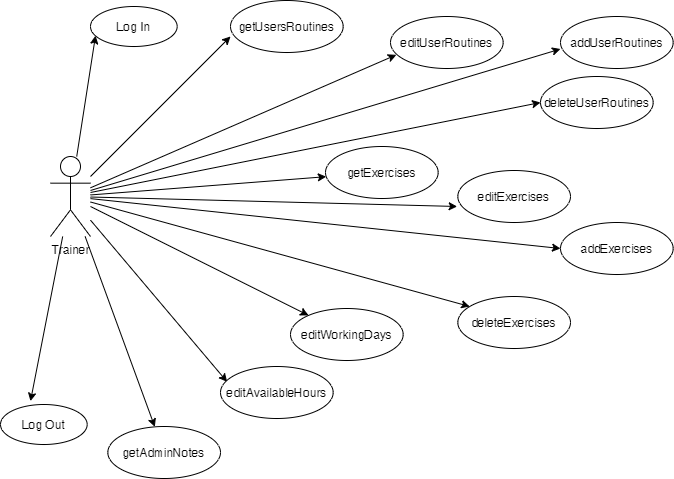
Before: Diagrams/UML/UseCases/Trainer.png, a diagram exported from draw.io (renttrent/Techengers). Source tidied: cells renumbered, new cells last; positions are measured from the earlier drawing's top-left corner, leaving out a move shared by most shapes. Source of this version:
```xml
<mxGraphModel>
  <root>
    <mxCell id="0" />
    <mxCell id="1" parent="0" />
    <mxCell id="2" style="rounded=0;jettySize=auto;html=1;entryX=0.058;entryY=0.729;entryDx=0;entryDy=0;entryPerimeter=0;" parent="1" edge="1" source="15" target="16">
      <mxGeometry relative="1" as="geometry" />
    </mxCell>
    <mxCell id="3" style="edgeStyle=none;rounded=0;jettySize=auto;html=1;entryX=0;entryY=0.692;entryDx=0;entryDy=0;entryPerimeter=0;" parent="1" edge="1" source="15" target="18">
      <mxGeometry relative="1" as="geometry" />
    </mxCell>
    <mxCell id="4" style="edgeStyle=none;rounded=0;jettySize=auto;html=1;entryX=0.052;entryY=0.737;entryDx=0;entryDy=0;entryPerimeter=0;" parent="1" edge="1" source="15" target="19">
      <mxGeometry relative="1" as="geometry" />
    </mxCell>
    <mxCell id="5" style="edgeStyle=none;rounded=0;jettySize=auto;html=1;" parent="1" edge="1" source="15" target="25">
      <mxGeometry relative="1" as="geometry" />
    </mxCell>
    <mxCell id="6" style="edgeStyle=none;rounded=0;jettySize=auto;html=1;entryX=-0.006;entryY=0.692;entryDx=0;entryDy=0;entryPerimeter=0;" parent="1" edge="1" source="15" target="28">
      <mxGeometry relative="1" as="geometry" />
    </mxCell>
    <mxCell id="7" style="edgeStyle=none;rounded=0;jettySize=auto;html=1;entryX=0;entryY=0.5;entryDx=0;entryDy=0;" parent="1" edge="1" source="15" target="26">
      <mxGeometry relative="1" as="geometry" />
    </mxCell>
    <mxCell id="8" style="edgeStyle=none;rounded=0;jettySize=auto;html=1;" parent="1" edge="1" source="15" target="22">
      <mxGeometry relative="1" as="geometry" />
    </mxCell>
    <mxCell id="9" style="edgeStyle=none;rounded=0;jettySize=auto;html=1;entryX=0.059;entryY=0.295;entryDx=0;entryDy=0;entryPerimeter=0;" parent="1" edge="1" source="15" target="23">
      <mxGeometry relative="1" as="geometry" />
    </mxCell>
    <mxCell id="10" style="edgeStyle=none;rounded=0;jettySize=auto;html=1;" parent="1" edge="1" source="15" target="24">
      <mxGeometry relative="1" as="geometry" />
    </mxCell>
    <mxCell id="11" style="edgeStyle=none;rounded=0;jettySize=auto;html=1;entryX=0.346;entryY=-0.083;entryDx=0;entryDy=0;entryPerimeter=0;" parent="1" edge="1" source="15" target="17">
      <mxGeometry relative="1" as="geometry" />
    </mxCell>
    <mxCell id="12" style="edgeStyle=none;rounded=0;jettySize=auto;html=1;entryX=0.105;entryY=0.192;entryDx=0;entryDy=0;entryPerimeter=0;" parent="1" edge="1" source="15" target="27">
      <mxGeometry relative="1" as="geometry" />
    </mxCell>
    <mxCell id="13" style="edgeStyle=none;rounded=0;jettySize=auto;html=1;entryX=0;entryY=0.5;entryDx=0;entryDy=0;" parent="1" edge="1" source="15" target="21">
      <mxGeometry relative="1" as="geometry" />
    </mxCell>
    <mxCell id="14" style="edgeStyle=none;rounded=0;jettySize=auto;html=1;entryX=0;entryY=0.625;entryDx=0;entryDy=0;entryPerimeter=0;" parent="1" edge="1" source="15" target="20">
      <mxGeometry relative="1" as="geometry" />
    </mxCell>
    <mxCell id="15" value="Trainer" style="shape=umlActor;verticalLabelPosition=bottom;verticalAlign=top;html=1;outlineConnect=0;" parent="1" vertex="1">
      <mxGeometry x="50" y="156" width="40" height="80" as="geometry" />
    </mxCell>
    <mxCell id="16" value="Log In" style="ellipse;whiteSpace=wrap;html=1;" parent="1" vertex="1">
      <mxGeometry x="90" y="6" width="86.7" height="40" as="geometry" />
    </mxCell>
    <mxCell id="17" value="Log Out" style="ellipse;whiteSpace=wrap;html=1;" parent="1" vertex="1">
      <mxGeometry y="404" width="86.7" height="40" as="geometry" />
    </mxCell>
    <mxCell id="18" value="getUsersRoutines" style="ellipse;whiteSpace=wrap;html=1;" parent="1" vertex="1">
      <mxGeometry x="230" width="112.7" height="52" as="geometry" />
    </mxCell>
    <mxCell id="19" value="editUserRoutines" style="ellipse;whiteSpace=wrap;html=1;" parent="1" vertex="1">
      <mxGeometry x="390" y="16" width="112.7" height="52" as="geometry" />
    </mxCell>
    <mxCell id="20" value="addUserRoutines" style="ellipse;whiteSpace=wrap;html=1;" parent="1" vertex="1">
      <mxGeometry x="560" y="16" width="112.7" height="52" as="geometry" />
    </mxCell>
    <mxCell id="21" value="deleteUserRoutines" style="ellipse;whiteSpace=wrap;html=1;" parent="1" vertex="1">
      <mxGeometry x="540" y="76" width="112.7" height="52" as="geometry" />
    </mxCell>
    <mxCell id="22" value="editWorkingDays" style="ellipse;whiteSpace=wrap;html=1;" parent="1" vertex="1">
      <mxGeometry x="290" y="308" width="112.7" height="52" as="geometry" />
    </mxCell>
    <mxCell id="23" value="editAvailableHours" style="ellipse;whiteSpace=wrap;html=1;" parent="1" vertex="1">
      <mxGeometry x="220" y="366" width="112.7" height="52" as="geometry" />
    </mxCell>
    <mxCell id="24" value="getAdminNotes" style="ellipse;whiteSpace=wrap;html=1;" parent="1" vertex="1">
      <mxGeometry x="107.3" y="426" width="112.7" height="52" as="geometry" />
    </mxCell>
    <mxCell id="25" value="getExercises" style="ellipse;whiteSpace=wrap;html=1;" parent="1" vertex="1">
      <mxGeometry x="325" y="146" width="112.7" height="52" as="geometry" />
    </mxCell>
    <mxCell id="26" value="addExercises" style="ellipse;whiteSpace=wrap;html=1;" parent="1" vertex="1">
      <mxGeometry x="560" y="222" width="112.7" height="52" as="geometry" />
    </mxCell>
    <mxCell id="27" value="deleteExercises" style="ellipse;whiteSpace=wrap;html=1;" parent="1" vertex="1">
      <mxGeometry x="457.3" y="296" width="112.7" height="52" as="geometry" />
    </mxCell>
    <mxCell id="28" value="editExercises" style="ellipse;whiteSpace=wrap;html=1;" parent="1" vertex="1">
      <mxGeometry x="457.3" y="170" width="112.7" height="52" as="geometry" />
    </mxCell>
  </root>
</mxGraphModel>
```
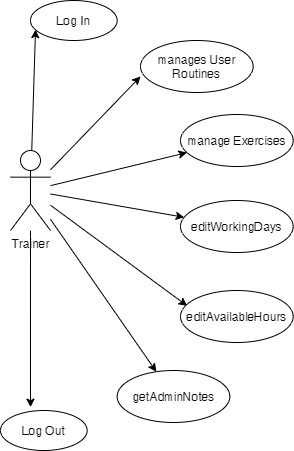
Above is the later version.

What changed in the source:
```diff
@@ -8,18 +8,9 @@
     <mxCell id="3" style="edgeStyle=none;rounded=0;jettySize=auto;html=1;entryX=0;entryY=0.692;entryDx=0;entryDy=0;entryPerimeter=0;" parent="1" edge="1" source="15" target="18">
       <mxGeometry relative="1" as="geometry" />
     </mxCell>
-    <mxCell id="4" style="edgeStyle=none;rounded=0;jettySize=auto;html=1;entryX=0.052;entryY=0.737;entryDx=0;entryDy=0;entryPerimeter=0;" parent="1" edge="1" source="15" target="19">
-      <mxGeometry relative="1" as="geometry" />
-    </mxCell>
     <mxCell id="5" style="edgeStyle=none;rounded=0;jettySize=auto;html=1;" parent="1" edge="1" source="15" target="25">
       <mxGeometry relative="1" as="geometry" />
     </mxCell>
-    <mxCell id="6" style="edgeStyle=none;rounded=0;jettySize=auto;html=1;entryX=-0.006;entryY=0.692;entryDx=0;entryDy=0;entryPerimeter=0;" parent="1" edge="1" source="15" target="28">
-      <mxGeometry relative="1" as="geometry" />
-    </mxCell>
-    <mxCell id="7" style="edgeStyle=none;rounded=0;jettySize=auto;html=1;entryX=0;entryY=0.5;entryDx=0;entryDy=0;" parent="1" edge="1" source="15" target="26">
-      <mxGeometry relative="1" as="geometry" />
-    </mxCell>
     <mxCell id="8" style="edgeStyle=none;rounded=0;jettySize=auto;html=1;" parent="1" edge="1" source="15" target="22">
       <mxGeometry relative="1" as="geometry" />
     </mxCell>
@@ -32,56 +23,29 @@
     <mxCell id="11" style="edgeStyle=none;rounded=0;jettySize=auto;html=1;entryX=0.346;entryY=-0.083;entryDx=0;entryDy=0;entryPerimeter=0;" parent="1" edge="1" source="15" target="17">
       <mxGeometry relative="1" as="geometry" />
     </mxCell>
-    <mxCell id="12" style="edgeStyle=none;rounded=0;jettySize=auto;html=1;entryX=0.105;entryY=0.192;entryDx=0;entryDy=0;entryPerimeter=0;" parent="1" edge="1" source="15" target="27">
-      <mxGeometry relative="1" as="geometry" />
-    </mxCell>
-    <mxCell id="13" style="edgeStyle=none;rounded=0;jettySize=auto;html=1;entryX=0;entryY=0.5;entryDx=0;entryDy=0;" parent="1" edge="1" source="15" target="21">
-      <mxGeometry relative="1" as="geometry" />
-    </mxCell>
-    <mxCell id="14" style="edgeStyle=none;rounded=0;jettySize=auto;html=1;entryX=0;entryY=0.625;entryDx=0;entryDy=0;entryPerimeter=0;" parent="1" edge="1" source="15" target="20">
-      <mxGeometry relative="1" as="geometry" />
-    </mxCell>
     <mxCell id="15" value="Trainer" style="shape=umlActor;verticalLabelPosition=bottom;verticalAlign=top;html=1;outlineConnect=0;" parent="1" vertex="1">
       <mxGeometry x="50" y="156" width="40" height="80" as="geometry" />
     </mxCell>
     <mxCell id="16" value="Log In" style="ellipse;whiteSpace=wrap;html=1;" parent="1" vertex="1">
-      <mxGeometry x="90" y="6" width="86.7" height="40" as="geometry" />
+      <mxGeometry x="70" y="6" width="86.7" height="40" as="geometry" />
     </mxCell>
     <mxCell id="17" value="Log Out" style="ellipse;whiteSpace=wrap;html=1;" parent="1" vertex="1">
-      <mxGeometry y="404" width="86.7" height="40" as="geometry" />
+      <mxGeometry x="40" y="416" width="86.7" height="40" as="geometry" />
     </mxCell>
-    <mxCell id="18" value="getUsersRoutines" style="ellipse;whiteSpace=wrap;html=1;" parent="1" vertex="1">
-      <mxGeometry x="230" width="112.7" height="52" as="geometry" />
+    <mxCell id="18" value="manages User Routines" style="ellipse;whiteSpace=wrap;html=1;" parent="1" vertex="1">
+      <mxGeometry x="180" y="46" width="112.7" height="52" as="geometry" />
     </mxCell>
-    <mxCell id="19" value="editUserRoutines" style="ellipse;whiteSpace=wrap;html=1;" parent="1" vertex="1">
-      <mxGeometry x="390" y="16" width="112.7" height="52" as="geometry" />
-    </mxCell>
-    <mxCell id="20" value="addUserRoutines" style="ellipse;whiteSpace=wrap;html=1;" parent="1" vertex="1">
-      <mxGeometry x="560" y="16" width="112.7" height="52" as="geometry" />
-    </mxCell>
-    <mxCell id="21" value="deleteUserRoutines" style="ellipse;whiteSpace=wrap;html=1;" parent="1" vertex="1">
-      <mxGeometry x="540" y="76" width="112.7" height="52" as="geometry" />
-    </mxCell>
     <mxCell id="22" value="editWorkingDays" style="ellipse;whiteSpace=wrap;html=1;" parent="1" vertex="1">
-      <mxGeometry x="290" y="308" width="112.7" height="52" as="geometry" />
+      <mxGeometry x="220" y="206" width="112.7" height="52" as="geometry" />
     </mxCell>
     <mxCell id="23" value="editAvailableHours" style="ellipse;whiteSpace=wrap;html=1;" parent="1" vertex="1">
-      <mxGeometry x="220" y="366" width="112.7" height="52" as="geometry" />
+      <mxGeometry x="220" y="296" width="112.7" height="52" as="geometry" />
     </mxCell>
     <mxCell id="24" value="getAdminNotes" style="ellipse;whiteSpace=wrap;html=1;" parent="1" vertex="1">
-      <mxGeometry x="107.3" y="426" width="112.7" height="52" as="geometry" />
+      <mxGeometry x="156.7" y="376" width="112.7" height="52" as="geometry" />
     </mxCell>
-    <mxCell id="25" value="getExercises" style="ellipse;whiteSpace=wrap;html=1;" parent="1" vertex="1">
-      <mxGeometry x="325" y="146" width="112.7" height="52" as="geometry" />
+    <mxCell id="25" value="manage Exercises" style="ellipse;whiteSpace=wrap;html=1;" parent="1" vertex="1">
+      <mxGeometry x="220" y="120" width="112.7" height="52" as="geometry" />
     </mxCell>
-    <mxCell id="26" value="addExercises" style="ellipse;whiteSpace=wrap;html=1;" parent="1" vertex="1">
-      <mxGeometry x="560" y="222" width="112.7" height="52" as="geometry" />
-    </mxCell>
-    <mxCell id="27" value="deleteExercises" style="ellipse;whiteSpace=wrap;html=1;" parent="1" vertex="1">
-      <mxGeometry x="457.3" y="296" width="112.7" height="52" as="geometry" />
-    </mxCell>
-    <mxCell id="28" value="editExercises" style="ellipse;whiteSpace=wrap;html=1;" parent="1" vertex="1">
-      <mxGeometry x="457.3" y="170" width="112.7" height="52" as="geometry" />
-    </mxCell>
   </root>
 </mxGraphModel>
```
